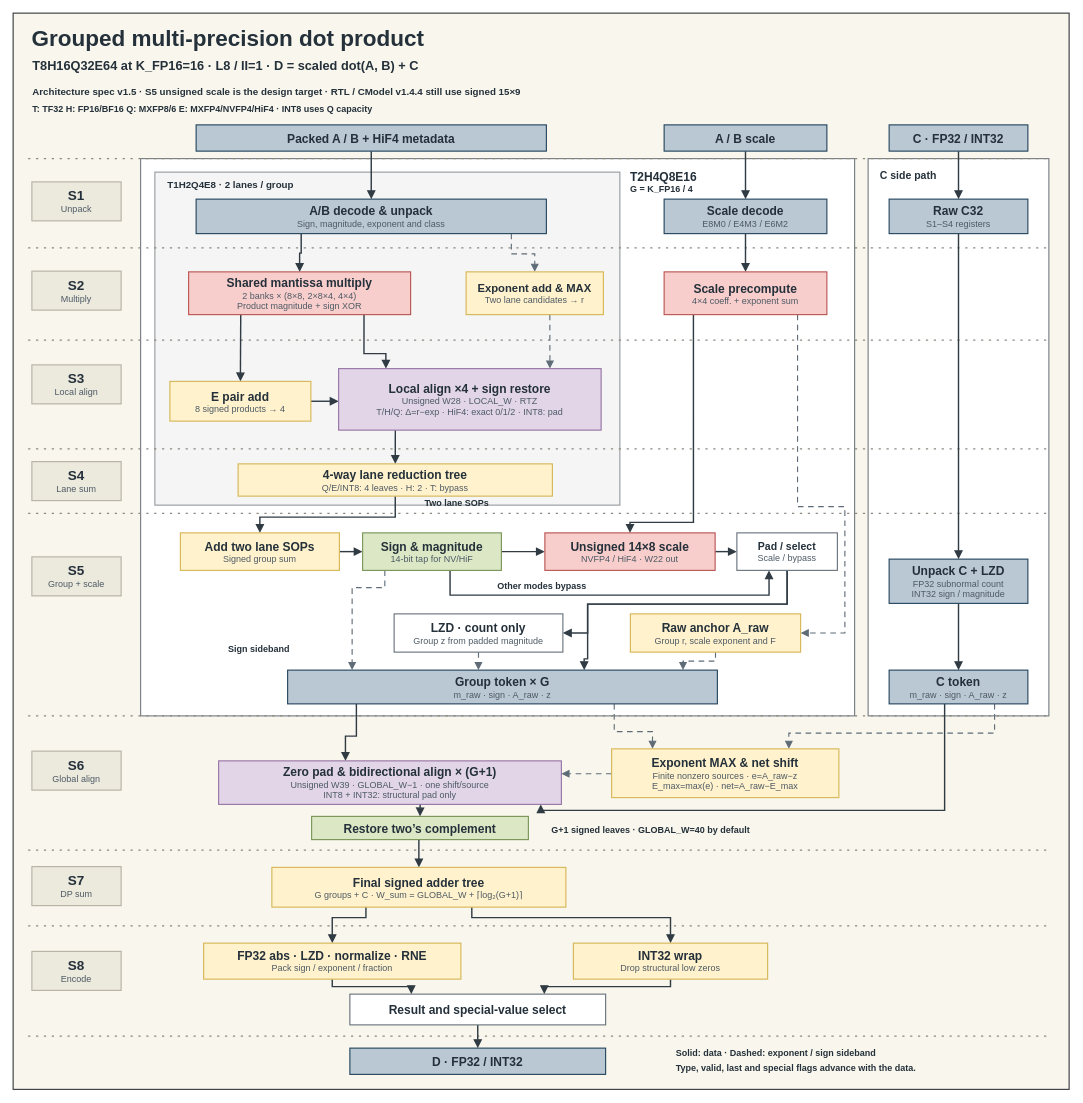
This is src/spec/dp/draw.io/dp_arch.drawio from Futuresxy/DP-Puzzel, a draw.io file, before an edit. Source tidied: cells renumbered, new cells numbered last; positions are measured from the earlier drawing's top-left corner, leaving out a move shared by most shapes. Both pictures are drawn from the tidied source at 75%, with x=0, y=0 at pixel (13, 13).
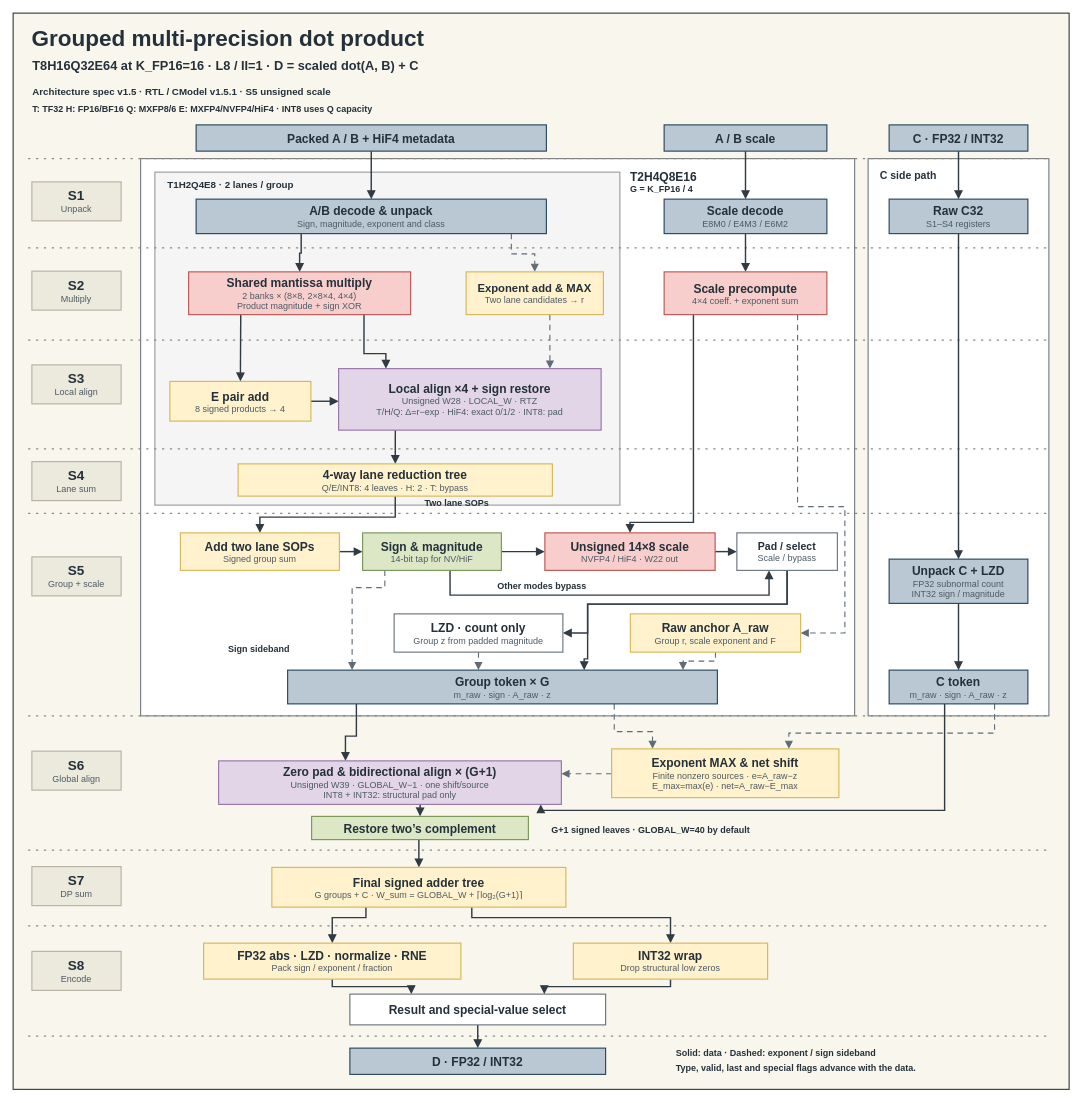
The same page after the edit.

Diff of the diagram source:
```diff
@@
-    <mxCell id="54" value="&lt;div style=&quot;font-weight:700&quot;&gt;Architecture spec v1.5  ·  S5 unsigned scale is the design target  ·  RTL / CModel v1.4.4 still use signed 15×9&lt;/div&gt;" style="rounded=0;whiteSpace=wrap;html=1;strokeWidth=1.5;fillColor=none;strokeColor=none;spacing=2;fontFamily=Helvetica;fontColor=#24303a;fontSize=13;align=left;verticalAlign=middle;" parent="1" vertex="1">
+    <mxCell id="54" value="&lt;div style=&quot;font-weight:700&quot;&gt;Architecture spec v1.5  ·  RTL / CModel v1.5.1  ·  S5 unsigned scale&lt;/div&gt;" style="rounded=0;whiteSpace=wrap;html=1;strokeWidth=1.5;fillColor=none;strokeColor=none;spacing=2;fontFamily=Helvetica;fontColor=#24303a;fontSize=13;align=left;verticalAlign=middle;" parent="1" vertex="1">
       <mxGeometry x="24" y="92" width="1320" height="23" as="geometry" />
     </mxCell>
```
